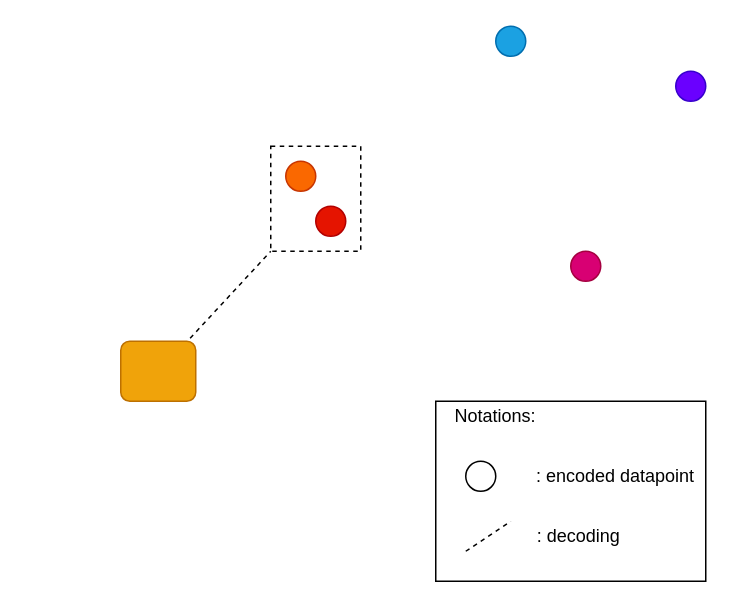
Earlier version of the draw.io diagram images/irregular-latent.drawio (chickenfingerwu/thesis). Source tidied: cells renumbered, new cells numbered last; positions are measured from the earlier drawing's top-left corner, leaving out a move shared by most shapes. Both pictures are drawn from the tidied source at 150%, with x=0, y=0 at pixel (120, 26).
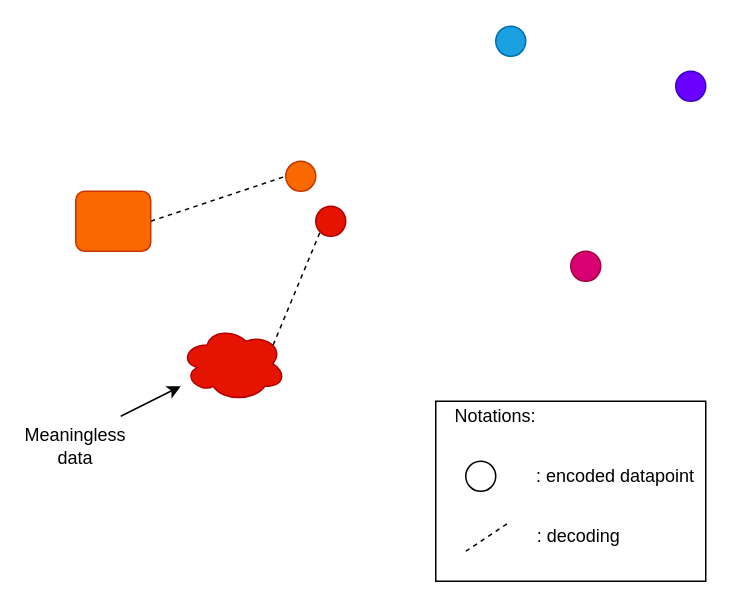
After the change.

Unchanged cells that the change refers to:
```xml
<mxCell id="4" style="ellipse;whiteSpace=wrap;html=1;fillColor=#fa6800;strokeColor=#C73500;fontColor=#000000;" parent="1" vertex="1">
  <mxGeometry x="110" y="90" width="20" height="20" as="geometry" />
</mxCell>
<mxCell id="8" style="ellipse;whiteSpace=wrap;html=1;fillColor=#e51400;strokeColor=#B20000;fontColor=#ffffff;" parent="1" vertex="1">
  <mxGeometry x="130" y="120" width="20" height="20" as="geometry" />
</mxCell>
```

Change to the diagram source:
```diff
@@
-    <mxCell id="3" style="rounded=0;whiteSpace=wrap;html=1;dashed=1;" parent="1" vertex="1">
-      <mxGeometry x="100" y="80" width="60" height="70" as="geometry" />
-    </mxCell>
@@
-    <mxCell id="9" style="endArrow=none;dashed=1;html=1;entryX=0;entryY=1;entryDx=0;entryDy=0;exitX=0.925;exitY=-0.05;exitDx=0;exitDy=0;exitPerimeter=0;" parent="1" edge="1" source="10" target="3">
+    <mxCell id="9" style="endArrow=none;dashed=1;html=1;entryX=0;entryY=0.5;entryDx=0;entryDy=0;exitX=1;exitY=0.5;exitDx=0;exitDy=0;" parent="1" edge="1" source="10" target="4">
       <mxGeometry relative="1" as="geometry" />
     </mxCell>
-    <mxCell id="10" style="rounded=1;whiteSpace=wrap;html=1;fillColor=#f0a30a;strokeColor=#BD7000;fontColor=#000000;" parent="1" vertex="1">
-      <mxGeometry y="210" width="50" height="40" as="geometry" />
+    <mxCell id="10" style="rounded=1;whiteSpace=wrap;html=1;fillColor=#fa6800;strokeColor=#C73500;fontColor=#000000;" parent="1" vertex="1">
+      <mxGeometry x="-30" y="110" width="50" height="40" as="geometry" />
     </mxCell>
@@
+    <mxCell id="16" style="ellipse;shape=cloud;whiteSpace=wrap;html=1;fillColor=#e51400;strokeColor=#B20000;fontColor=#ffffff;" parent="1" vertex="1">
+      <mxGeometry x="40" y="200" width="70" height="50" as="geometry" />
+    </mxCell>
+    <mxCell id="17" style="endArrow=none;dashed=1;html=1;exitX=0.88;exitY=0.25;exitDx=0;exitDy=0;exitPerimeter=0;entryX=0;entryY=1;entryDx=0;entryDy=0;" parent="1" edge="1" source="16" target="8">
+      <mxGeometry relative="1" as="geometry" />
+    </mxCell>
+    <mxCell id="18" value="Meaningless data" style="text;html=1;strokeColor=none;fillColor=none;align=center;verticalAlign=middle;whiteSpace=wrap;rounded=0;" parent="1" vertex="1">
+      <mxGeometry x="-50" y="270" width="40" height="20" as="geometry" />
+    </mxCell>
+    <mxCell id="19" style="endArrow=classic;html=1;" parent="1" edge="1">
+      <mxGeometry relative="1" as="geometry">
+        <mxPoint y="260" as="sourcePoint" />
+        <mxPoint x="40" y="240" as="targetPoint" />
+      </mxGeometry>
+    </mxCell>
```
